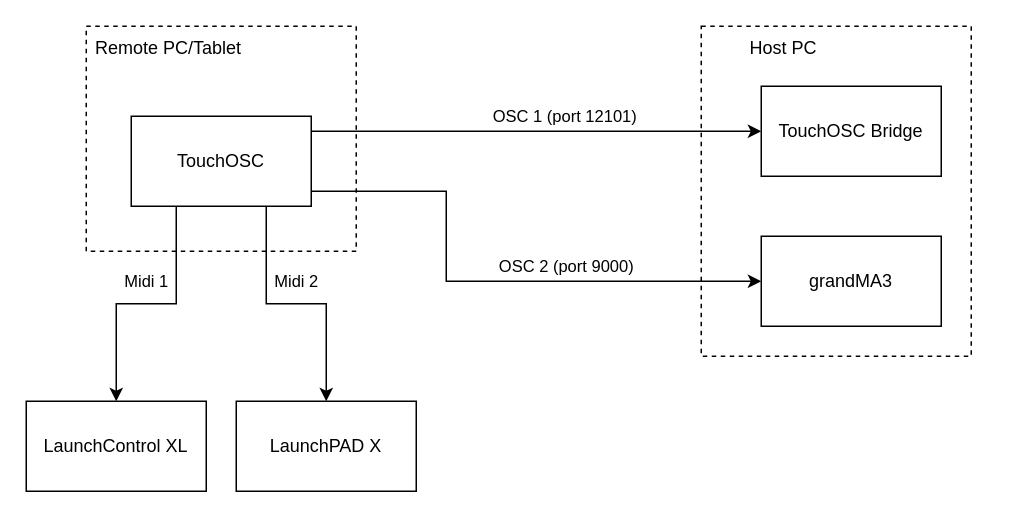
yastefan/GMA3_TouchOSC keeps this draw.io diagram as docs/communication.drawio. Above is the earlier version. Source tidied: cells renumbered, new cells numbered last; positions are measured from the earlier drawing's top-left corner, leaving out a move shared by most shapes. Both pictures are drawn from the tidied source at 150%, with x=0, y=0 at pixel (26, 26).
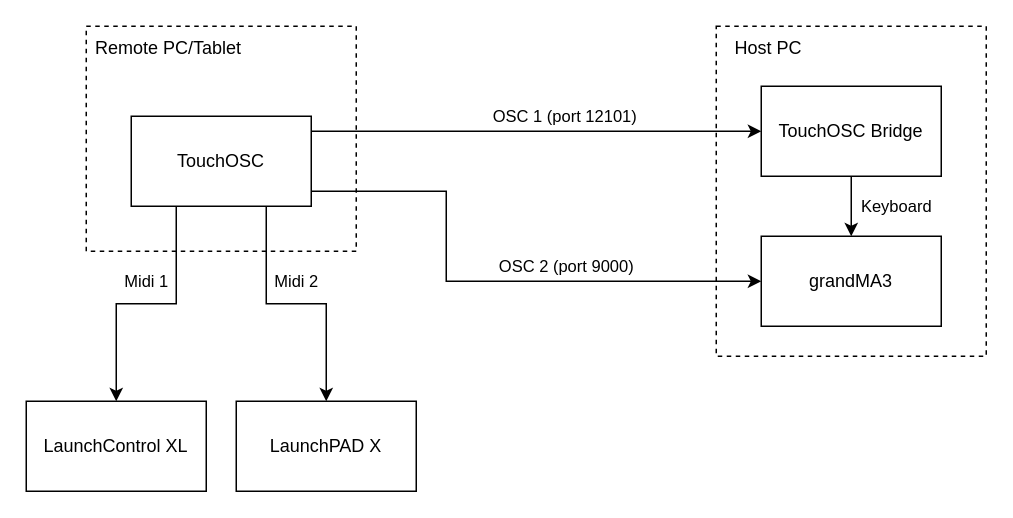
The same page after the edit.

The change refers to these unchanged cells:
```xml
<mxCell id="7" value="TouchOSC Bridge" style="rounded=0;whiteSpace=wrap;html=1;" parent="1" vertex="1">
  <mxGeometry x="490" y="40" width="120" height="60" as="geometry" />
</mxCell>
<mxCell id="8" value="grandMA3" style="rounded=0;whiteSpace=wrap;html=1;" parent="1" vertex="1">
  <mxGeometry x="490" y="140" width="120" height="60" as="geometry" />
</mxCell>
```

Change to the diagram source:
```diff
@@
+    <mxCell id="15" value="Keyboard" style="edgeStyle=orthogonalEdgeStyle;rounded=0;jettySize=auto;html=1;entryX=0.5;entryY=0;entryDx=0;entryDy=0;" parent="1" edge="1" source="7" target="8">
+      <mxGeometry y="30" relative="1" as="geometry" />
+    </mxCell>
@@
     <mxCell id="12" style="rounded=0;whiteSpace=wrap;html=1;dashed=1;fillColor=none;" parent="1" vertex="1">
-      <mxGeometry x="450" width="180" height="220" as="geometry" />
+      <mxGeometry x="460" width="180" height="220" as="geometry" />
     </mxCell>
@@
     <mxCell id="14" value="Host PC" style="text;html=1;strokeColor=none;fillColor=none;align=center;verticalAlign=middle;whiteSpace=wrap;rounded=0;dashed=1;" parent="1" vertex="1">
-      <mxGeometry x="450" width="110" height="30" as="geometry" />
+      <mxGeometry x="440" width="110" height="30" as="geometry" />
     </mxCell>
```
